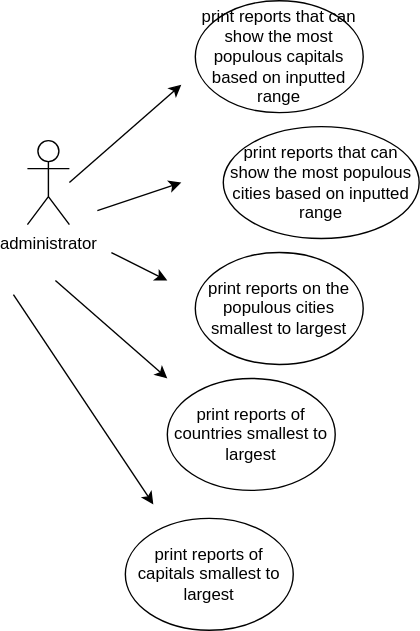
This is Admin/User stories and case diagram/use case diagram.svg from Benbhoy1888/SET08103, a draw.io export, as it was before one commit. Source tidied: cells renumbered, new cells last; positions are measured from the earlier drawing's top-left corner, leaving out a move shared by most shapes. The source it was exported from:
```xml
<mxGraphModel>
  <root>
    <mxCell id="0" />
    <mxCell id="1" parent="0" />
    <mxCell id="2" value="administrator" style="shape=umlActor;verticalLabelPosition=bottom;verticalAlign=top;html=1;" parent="1" vertex="1">
      <mxGeometry x="10" y="100" width="30" height="60" as="geometry" />
    </mxCell>
    <mxCell id="3" style="endArrow=classic;html=1;rounded=0;" parent="1" edge="1">
      <mxGeometry relative="1" as="geometry">
        <mxPoint x="40" y="130" as="sourcePoint" />
        <mxPoint x="120" y="60" as="targetPoint" />
      </mxGeometry>
    </mxCell>
    <mxCell id="4" value="print reports of countries smallest to largest" style="ellipse;whiteSpace=wrap;html=1;" parent="1" vertex="1">
      <mxGeometry x="110" y="270" width="120" height="80" as="geometry" />
    </mxCell>
    <mxCell id="5" value="print reports of capitals smallest to largest" style="ellipse;whiteSpace=wrap;html=1;" parent="1" vertex="1">
      <mxGeometry x="80" y="370" width="120" height="80" as="geometry" />
    </mxCell>
    <mxCell id="6" style="endArrow=classic;html=1;rounded=0;" parent="1" edge="1">
      <mxGeometry relative="1" as="geometry">
        <mxPoint x="60" y="150" as="sourcePoint" />
        <mxPoint x="120" y="130" as="targetPoint" />
      </mxGeometry>
    </mxCell>
    <mxCell id="7" style="endArrow=classic;html=1;rounded=0;" parent="1" edge="1">
      <mxGeometry relative="1" as="geometry">
        <mxPoint x="70" y="180" as="sourcePoint" />
        <mxPoint x="110" y="200" as="targetPoint" />
      </mxGeometry>
    </mxCell>
    <mxCell id="8" style="endArrow=classic;html=1;rounded=0;" parent="1" edge="1">
      <mxGeometry relative="1" as="geometry">
        <mxPoint x="30" y="200" as="sourcePoint" />
        <mxPoint x="110" y="270" as="targetPoint" />
      </mxGeometry>
    </mxCell>
    <mxCell id="9" style="endArrow=classic;html=1;rounded=0;" parent="1" edge="1">
      <mxGeometry relative="1" as="geometry">
        <mxPoint y="210" as="sourcePoint" />
        <mxPoint x="100" y="360" as="targetPoint" />
      </mxGeometry>
    </mxCell>
    <mxCell id="10" value="print reports on the populous cities smallest to largest" style="ellipse;whiteSpace=wrap;html=1;labelBackgroundColor=none;fontFamily=Helvetica;fontSize=12;" parent="1" vertex="1">
      <mxGeometry x="130" y="180" width="120" height="80" as="geometry" />
    </mxCell>
    <mxCell id="11" value="print reports that can show the most populous cities based on inputted range" style="ellipse;whiteSpace=wrap;html=1;labelBackgroundColor=none;fontFamily=Helvetica;fontSize=12;" parent="1" vertex="1">
      <mxGeometry x="150" y="90" width="140" height="80" as="geometry" />
    </mxCell>
    <mxCell id="12" value="print reports that can show the most populous capitals based on inputted range" style="ellipse;whiteSpace=wrap;html=1;labelBackgroundColor=none;fontFamily=Helvetica;fontSize=12;" parent="1" vertex="1">
      <mxGeometry x="130" width="120" height="80" as="geometry" />
    </mxCell>
  </root>
</mxGraphModel>
```
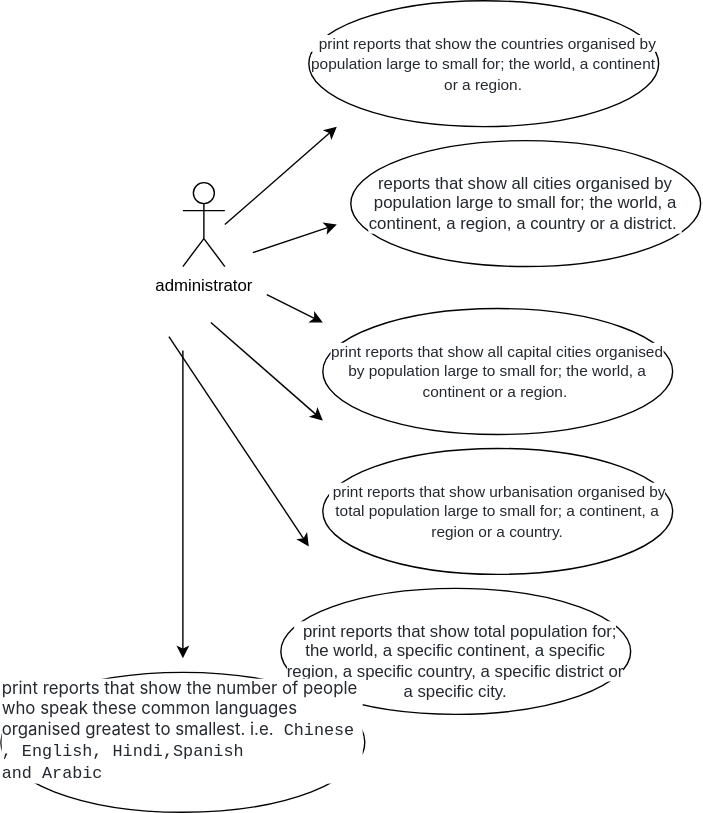
After the change.

Commit message:
the user case diagram

Diff of the diagram source:
```diff
@@ -11,12 +11,6 @@
         <mxPoint x="120" y="60" as="targetPoint" />
       </mxGeometry>
     </mxCell>
-    <mxCell id="4" value="print reports of countries smallest to largest" style="ellipse;whiteSpace=wrap;html=1;" parent="1" vertex="1">
-      <mxGeometry x="110" y="270" width="120" height="80" as="geometry" />
-    </mxCell>
-    <mxCell id="5" value="print reports of capitals smallest to largest" style="ellipse;whiteSpace=wrap;html=1;" parent="1" vertex="1">
-      <mxGeometry x="80" y="370" width="120" height="80" as="geometry" />
-    </mxCell>
     <mxCell id="6" style="endArrow=classic;html=1;rounded=0;" parent="1" edge="1">
       <mxGeometry relative="1" as="geometry">
         <mxPoint x="60" y="150" as="sourcePoint" />
@@ -41,14 +35,32 @@
         <mxPoint x="100" y="360" as="targetPoint" />
       </mxGeometry>
     </mxCell>
-    <mxCell id="10" value="print reports on the populous cities smallest to largest" style="ellipse;whiteSpace=wrap;html=1;labelBackgroundColor=none;fontFamily=Helvetica;fontSize=12;" parent="1" vertex="1">
-      <mxGeometry x="130" y="180" width="120" height="80" as="geometry" />
-    </mxCell>
-    <mxCell id="11" value="print reports that can show the most populous cities based on inputted range" style="ellipse;whiteSpace=wrap;html=1;labelBackgroundColor=none;fontFamily=Helvetica;fontSize=12;" parent="1" vertex="1">
-      <mxGeometry x="150" y="90" width="140" height="80" as="geometry" />
+    <mxCell id="11" value="&lt;span style=&quot;color: rgb(36, 41, 47); text-align: start; background-color: rgb(255, 255, 255);&quot;&gt;&lt;font style=&quot;font-size: 12px;&quot;&gt;reports that show all cities organised by population large to small for; the world, a continent, a region, a country or a district.&amp;nbsp;&lt;/font&gt;&lt;/span&gt;" style="ellipse;whiteSpace=wrap;html=1;labelBackgroundColor=none;fontFamily=Helvetica;fontSize=12;" parent="1" vertex="1">
+      <mxGeometry x="130" y="70" width="250" height="90" as="geometry" />
     </mxCell>
-    <mxCell id="12" value="print reports that can show the most populous capitals based on inputted range" style="ellipse;whiteSpace=wrap;html=1;labelBackgroundColor=none;fontFamily=Helvetica;fontSize=12;" parent="1" vertex="1">
-      <mxGeometry x="130" width="120" height="80" as="geometry" />
-    </mxCell>
+    <mxCell id="13" value="&lt;div style=&quot;text-align: start;&quot;&gt;&lt;br&gt;&lt;/div&gt;&lt;span style=&quot;color: rgb(36, 41, 47); text-align: start; background-color: rgb(255, 255, 255);&quot;&gt;&lt;font style=&quot;font-size: 12px;&quot;&gt;&amp;nbsp; print reports that show total population for; the world, a specific continent, a specific region, a specific country, a specific district or a specific city.&lt;/font&gt;&lt;/span&gt;" style="ellipse;whiteSpace=wrap;html=1;labelBackgroundColor=none;fontFamily=Helvetica;fontSize=12;" parent="1" vertex="1">
+      <mxGeometry x="80" y="390" width="250" height="90" as="geometry" />
+    </mxCell>
+    <mxCell id="14" value="&lt;span style=&quot;color: rgb(36, 41, 47); font-size: 11px; text-align: start; background-color: rgb(255, 255, 255);&quot;&gt;&amp;nbsp; print reports that show the countries organised by population large to small for; the world, a continent or a region.&lt;/span&gt;" style="ellipse;whiteSpace=wrap;html=1;labelBackgroundColor=none;fontFamily=Helvetica;fontSize=12;" parent="1" vertex="1">
+      <mxGeometry x="100" y="-30" width="250" height="90" as="geometry" />
+    </mxCell>
+    <mxCell id="15" value="&lt;span style=&quot;color: rgb(36, 41, 47); font-size: 11px; text-align: start; background-color: rgb(255, 255, 255);&quot;&gt;print reports that show all capital cities organised by population large to small for; the world, a continent or a region.&amp;nbsp;&lt;/span&gt;" style="ellipse;whiteSpace=wrap;html=1;labelBackgroundColor=none;fontFamily=Helvetica;fontSize=12;" parent="1" vertex="1">
+      <mxGeometry x="110" y="190" width="250" height="90" as="geometry" />
+    </mxCell>
+    <mxCell id="16" value="&lt;span style=&quot;color: rgb(36, 41, 47); font-size: 11px; text-align: start; background-color: rgb(255, 255, 255);&quot;&gt;&amp;nbsp;print reports that show urbanisation organised by total population large to small for; a continent, a region or a country.&lt;/span&gt;" style="ellipse;whiteSpace=wrap;html=1;labelBackgroundColor=none;fontFamily=Helvetica;fontSize=12;" parent="1" vertex="1">
+      <mxGeometry x="110" y="290" width="250" height="90" as="geometry" />
+    </mxCell>
+    <mxCell id="17" style="endArrow=classic;html=1;rounded=0;" parent="1" edge="1">
+      <mxGeometry relative="1" as="geometry">
+        <mxPoint x="10" y="220" as="sourcePoint" />
+        <mxPoint x="10" y="440" as="targetPoint" />
+        <Array as="points">
+          <mxPoint x="10" y="330" />
+        </Array>
+      </mxGeometry>
+    </mxCell>
+    <mxCell id="18" value="&lt;div style=&quot;text-align: start;&quot;&gt;&lt;p style=&quot;box-sizing: border-box; margin-top: 0px; margin-bottom: 16px; color: rgb(36, 41, 47); font-family: -apple-system, BlinkMacSystemFont, &amp;quot;Segoe UI&amp;quot;, &amp;quot;Noto Sans&amp;quot;, Helvetica, Arial, sans-serif, &amp;quot;Apple Color Emoji&amp;quot;, &amp;quot;Segoe UI Emoji&amp;quot;; background-color: rgb(255, 255, 255); scroll-behavior: auto !important;&quot; dir=&quot;auto&quot;&gt;print reports that show the number of people who speak these common languages organised greatest to smallest. i.e.&lt;span style=&quot;background-color: transparent; font-family: ui-monospace, SFMono-Regular, &amp;quot;SF Mono&amp;quot;, Menlo, Consolas, &amp;quot;Liberation Mono&amp;quot;, monospace;&quot;&gt;&amp;nbsp;Chinese ,&lt;/span&gt;&lt;span style=&quot;background-color: transparent; font-family: ui-monospace, SFMono-Regular, &amp;quot;SF Mono&amp;quot;, Menlo, Consolas, &amp;quot;Liberation Mono&amp;quot;, monospace;&quot;&gt;&amp;nbsp;English,&amp;nbsp;&lt;/span&gt;&lt;span style=&quot;background-color: transparent; font-family: ui-monospace, SFMono-Regular, &amp;quot;SF Mono&amp;quot;, Menlo, Consolas, &amp;quot;Liberation Mono&amp;quot;, monospace;&quot;&gt;Hindi,&lt;/span&gt;&lt;span style=&quot;background-color: transparent; font-family: ui-monospace, SFMono-Regular, &amp;quot;SF Mono&amp;quot;, Menlo, Consolas, &amp;quot;Liberation Mono&amp;quot;, monospace;&quot;&gt;Spanish and&amp;nbsp;&lt;/span&gt;&lt;span style=&quot;background-color: transparent; font-family: ui-monospace, SFMono-Regular, &amp;quot;SF Mono&amp;quot;, Menlo, Consolas, &amp;quot;Liberation Mono&amp;quot;, monospace;&quot;&gt;Arabic&amp;nbsp;&lt;/span&gt;&lt;/p&gt;&lt;/div&gt;" style="ellipse;whiteSpace=wrap;html=1;labelBackgroundColor=none;fontFamily=Helvetica;fontSize=12;" parent="1" vertex="1">
+      <mxGeometry x="-120" y="450" width="260" height="100" as="geometry" />
+    </mxCell>
   </root>
 </mxGraphModel>
```
